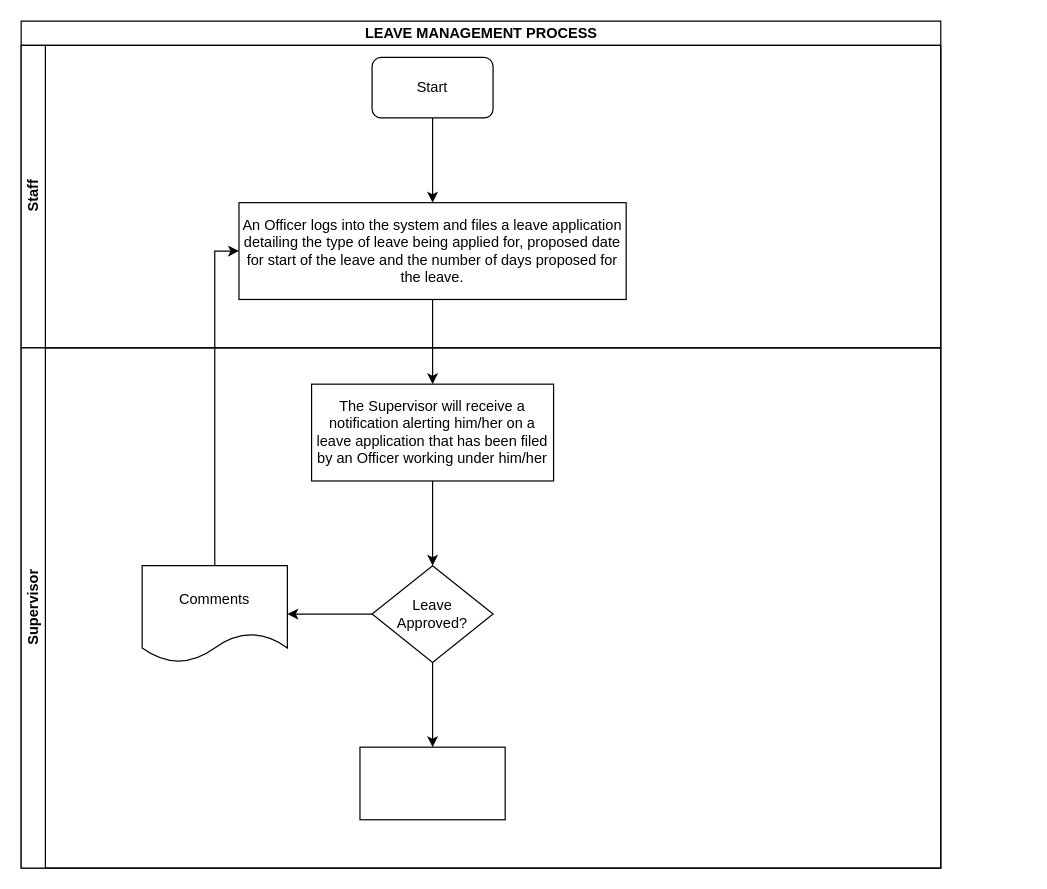
Earlier version of the draw.io diagram KEFRI-HR-LEAVE MANAGEMENT PROCESS.drawio (kmagua/flowcharts). Source tidied: cells renumbered, new cells numbered last; positions are measured from the earlier drawing's top-left corner, leaving out a move shared by most shapes. Both pictures are drawn from the tidied source at 121%, with x=0, y=0 at pixel (21, 21).
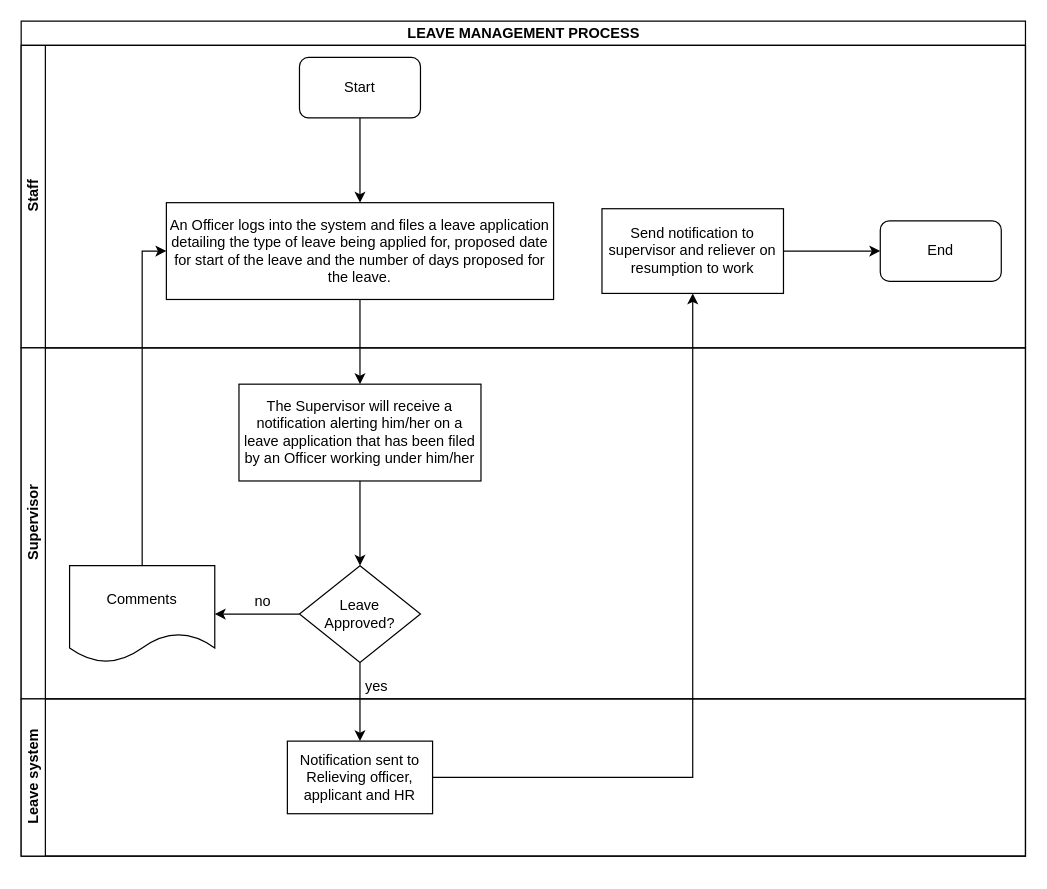
Above is the later version.

What changed in the source:
```diff
@@
     <mxCell id="2" value="LEAVE MANAGEMENT PROCESS" style="swimlane;html=1;horizontal=1;startSize=20;" parent="1" vertex="1">
-      <mxGeometry width="760" height="700" as="geometry" />
+      <mxGeometry width="830" height="690" as="geometry" />
     </mxCell>
     <mxCell id="3" value="Staff" style="swimlane;html=1;startSize=20;horizontal=0;" parent="2" vertex="1">
-      <mxGeometry y="20" width="760" height="250" as="geometry" />
+      <mxGeometry y="20" width="830" height="250" as="geometry" />
     </mxCell>
     <mxCell id="4" value="Start" style="rounded=1;whiteSpace=wrap;html=1;" parent="3" vertex="1">
-      <mxGeometry x="290" y="10" width="100" height="50" as="geometry" />
+      <mxGeometry x="230" y="10" width="100" height="50" as="geometry" />
     </mxCell>
     <mxCell id="5" value="An Officer logs into the system and files a leave application detailing the type of leave being applied for, proposed date for start of the leave and the number of days proposed for the leave." style="rounded=0;whiteSpace=wrap;html=1;" parent="3" vertex="1">
-      <mxGeometry x="180" y="130" width="320" height="80" as="geometry" />
+      <mxGeometry x="120" y="130" width="320" height="80" as="geometry" />
     </mxCell>
@@
+    <mxCell id="17" value="Send notification to supervisor and reliever on resumption to work" style="whiteSpace=wrap;html=1;rounded=0;" parent="3" vertex="1">
+      <mxGeometry x="480" y="135" width="150" height="70" as="geometry" />
+    </mxCell>
+    <mxCell id="13" style="edgeStyle=orthogonalEdgeStyle;rounded=0;jettySize=auto;html=1;" parent="2" edge="1" source="5" target="8">
+      <mxGeometry relative="1" as="geometry" />
+    </mxCell>
+    <mxCell id="12" style="edgeStyle=orthogonalEdgeStyle;rounded=0;jettySize=auto;html=1;entryX=0.5;entryY=0;entryDx=0;entryDy=0;" parent="2" edge="1" source="9" target="21">
+      <mxGeometry relative="1" as="geometry" />
+    </mxCell>
+    <mxCell id="18" style="edgeStyle=orthogonalEdgeStyle;rounded=0;jettySize=auto;html=1;" parent="2" edge="1" source="21" target="17">
+      <mxGeometry relative="1" as="geometry" />
+    </mxCell>
     <mxCell id="7" value="Supervisor" style="swimlane;html=1;startSize=20;horizontal=0;" parent="2" vertex="1">
-      <mxGeometry y="270" width="760" height="430" as="geometry" />
+      <mxGeometry y="270" width="830" height="290" as="geometry" />
     </mxCell>
     <mxCell id="8" value="The Supervisor will receive a notification alerting him/her on a leave application that has been filed by an Officer working under him/her" style="whiteSpace=wrap;html=1;rounded=0;" parent="7" vertex="1">
-      <mxGeometry x="240" y="30" width="200" height="80" as="geometry" />
+      <mxGeometry x="180" y="30" width="200" height="80" as="geometry" />
     </mxCell>
     <mxCell id="9" value="&lt;div&gt;Leave&lt;/div&gt;&lt;div&gt;Approved?&lt;br&gt;&lt;/div&gt;" style="rhombus;whiteSpace=wrap;html=1;rounded=0;" parent="7" vertex="1">
-      <mxGeometry x="290" y="180" width="100" height="80" as="geometry" />
+      <mxGeometry x="230" y="180" width="100" height="80" as="geometry" />
     </mxCell>
@@
-    <mxCell id="11" style="whiteSpace=wrap;html=1;rounded=0;" parent="7" vertex="1">
-      <mxGeometry x="280" y="330" width="120" height="60" as="geometry" />
-    </mxCell>
-    <mxCell id="12" style="edgeStyle=orthogonalEdgeStyle;rounded=0;jettySize=auto;html=1;" parent="7" edge="1" source="9" target="11">
-      <mxGeometry relative="1" as="geometry" />
-    </mxCell>
-    <mxCell id="13" style="edgeStyle=orthogonalEdgeStyle;rounded=0;jettySize=auto;html=1;" parent="2" edge="1" source="5" target="8">
-      <mxGeometry relative="1" as="geometry" />
-    </mxCell>
+    <mxCell id="19" value="yes" style="text;html=1;strokeColor=none;fillColor=none;align=center;verticalAlign=middle;whiteSpace=wrap;rounded=0;" parent="7" vertex="1">
+      <mxGeometry x="274" y="270" width="40" height="20" as="geometry" />
+    </mxCell>
+    <mxCell id="20" value="Leave system" style="swimlane;html=1;startSize=20;horizontal=0;" parent="2" vertex="1">
+      <mxGeometry y="560" width="830" height="130" as="geometry" />
+    </mxCell>
+    <mxCell id="21" value="Notification sent to Relieving officer, applicant and HR" style="whiteSpace=wrap;html=1;rounded=0;" parent="20" vertex="1">
+      <mxGeometry x="220" y="35" width="120" height="60" as="geometry" />
+    </mxCell>
@@
     <mxCell id="15" value="Comments" style="shape=document;whiteSpace=wrap;html=1;boundedLbl=1;rounded=0;" parent="1" vertex="1">
-      <mxGeometry x="100" y="450" width="120" height="80" as="geometry" />
+      <mxGeometry x="40" y="450" width="120" height="80" as="geometry" />
     </mxCell>
@@
+    <mxCell id="22" style="edgeStyle=orthogonalEdgeStyle;rounded=0;jettySize=auto;html=1;entryX=0;entryY=0.5;entryDx=0;entryDy=0;" parent="1" edge="1" source="17" target="23">
+      <mxGeometry relative="1" as="geometry" />
+    </mxCell>
+    <mxCell id="23" value="End" style="rounded=1;whiteSpace=wrap;html=1;" parent="1" vertex="1">
+      <mxGeometry x="710" y="165" width="100" height="50" as="geometry" />
+    </mxCell>
+    <mxCell id="24" value="no" style="text;html=1;strokeColor=none;fillColor=none;align=center;verticalAlign=middle;whiteSpace=wrap;rounded=0;" parent="1" vertex="1">
+      <mxGeometry x="180" y="470" width="40" height="20" as="geometry" />
+    </mxCell>
```
